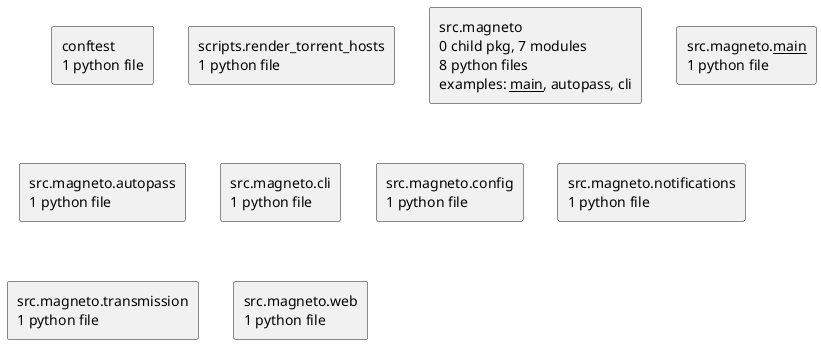
Before: docs/diagrams/python-packages.puml.png, a diagram exported from PlantUML (casonk/magneto).
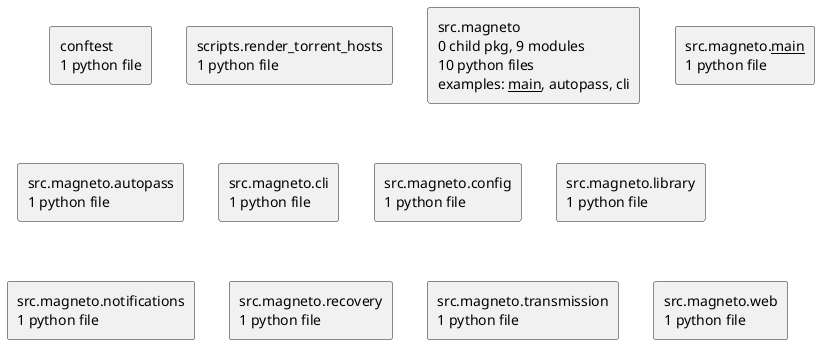
Later version of the same file.

Change to the diagram source:
```diff
@@ -4,12 +4,14 @@
 skinparam componentStyle rectangle
 rectangle "conftest\n1 python file" as conftest
 rectangle "scripts.render_torrent_hosts\n1 python file" as scripts.render_torrent_hosts
-rectangle "src.magneto\n0 child pkg, 7 modules\n8 python files\nexamples: __main__, autopass, cli" as src.magneto
+rectangle "src.magneto\n0 child pkg, 9 modules\n10 python files\nexamples: __main__, autopass, cli" as src.magneto
 rectangle "src.magneto.__main__\n1 python file" as src.magneto.__main__
 rectangle "src.magneto.autopass\n1 python file" as src.magneto.autopass
 rectangle "src.magneto.cli\n1 python file" as src.magneto.cli
 rectangle "src.magneto.config\n1 python file" as src.magneto.config
+rectangle "src.magneto.library\n1 python file" as src.magneto.library
 rectangle "src.magneto.notifications\n1 python file" as src.magneto.notifications
+rectangle "src.magneto.recovery\n1 python file" as src.magneto.recovery
 rectangle "src.magneto.transmission\n1 python file" as src.magneto.transmission
 rectangle "src.magneto.web\n1 python file" as src.magneto.web
 @enduml
```
